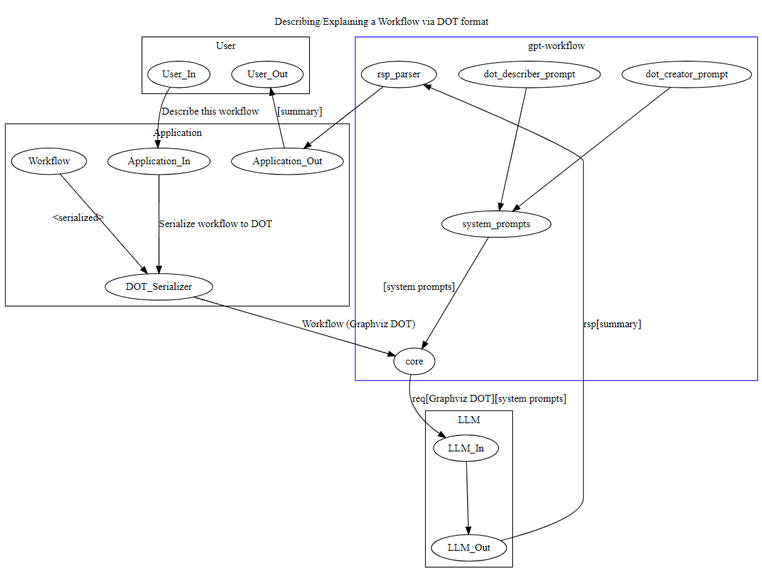
The Graphviz diagram images/how_it_works-DOT-describer.png in mrseanryan/gpt-workflow, before a commit. Its source is kept beside it as dot/how_it_works-DOT-describer.dot. The source it was exported from:
```dot
digraph G {
    graph [
        label = "Describing/Explaining a Workflow via DOT format"
        labelloc = t

        ranksep=0.65
        nodesep=0.40
        rankdir=TB

        len=0
    ]

  subgraph cluster_0 {
    label = "User";

    User_In
    User_Out
  }

  subgraph cluster_1 {
    color=blue
    label = "gpt-workflow";

    core
    rsp_parser

    dot_creator_prompt -> system_prompts
    dot_describer_prompt -> system_prompts
  }

  subgraph cluster_2 {
    label = "LLM";

    LLM_In
    LLM_Out
  }

  subgraph cluster_3 {
    label = "Application";

    Application_In
    Application_Out
    DOT_Serializer

    Workflow -> DOT_Serializer[xlabel="<serialized>"]
  }

    User_In -> Application_In [label="Describe this workflow"]

    system_prompts -> core [xlabel="[system prompts]"]

    Application_In -> DOT_Serializer [label="Serialize workflow to DOT"]

    DOT_Serializer -> core [label="Workflow (Graphviz DOT)"]

    core -> LLM_In [label="req[Graphviz DOT][system prompts]"]

    LLM_In -> LLM_Out

    LLM_Out -> rsp_parser [label="rsp[summary]"]

    rsp_parser -> Application_Out
    Application_Out -> User_Out [label="[summary]"]
}
```
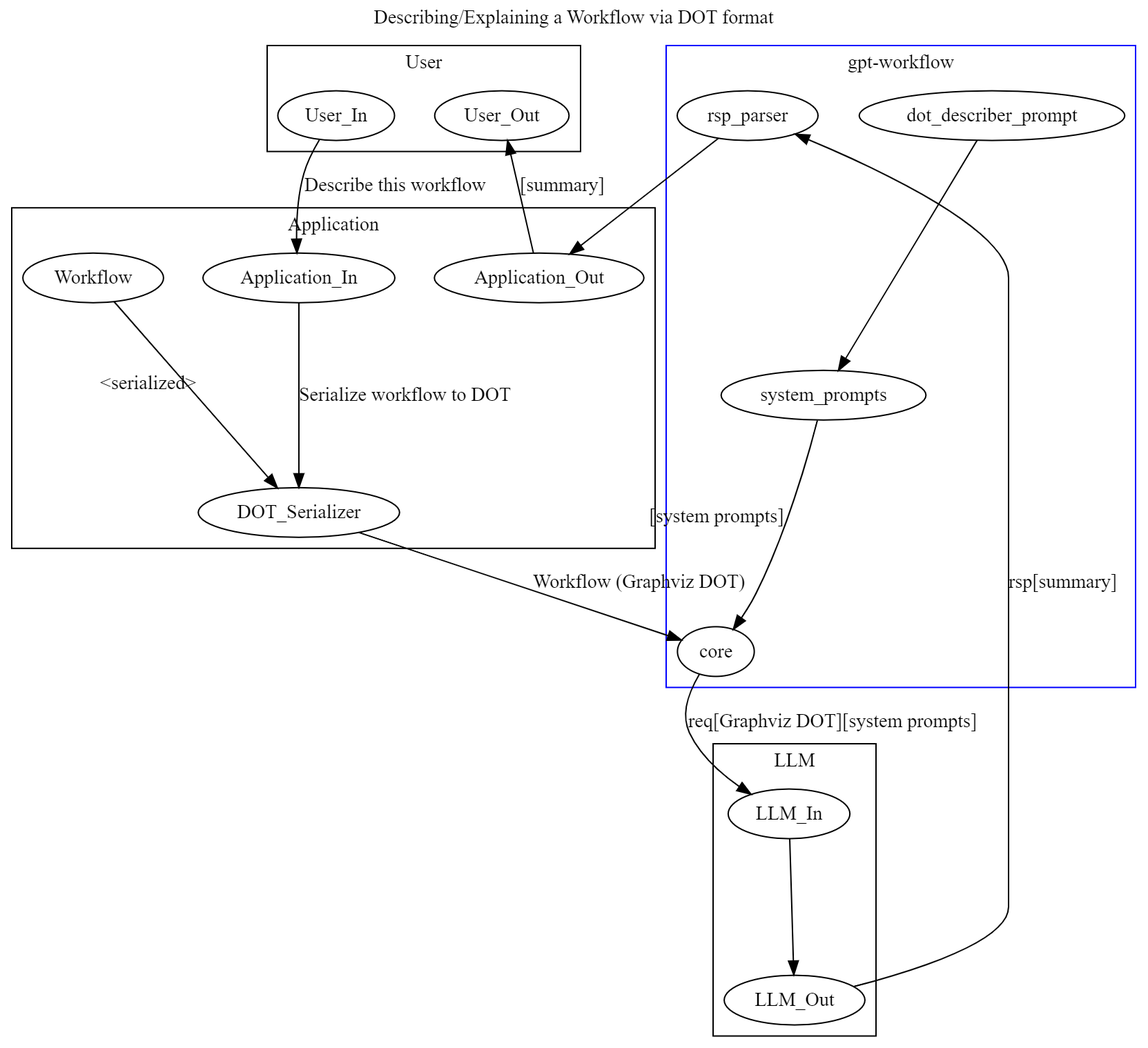
After the change.

Commit message:
Improve how-it-works images

Change to the diagram source:
```diff
@@ -24,7 +24,6 @@
     core
     rsp_parser
 
-    dot_creator_prompt -> system_prompts
     dot_describer_prompt -> system_prompts
   }
 
```
